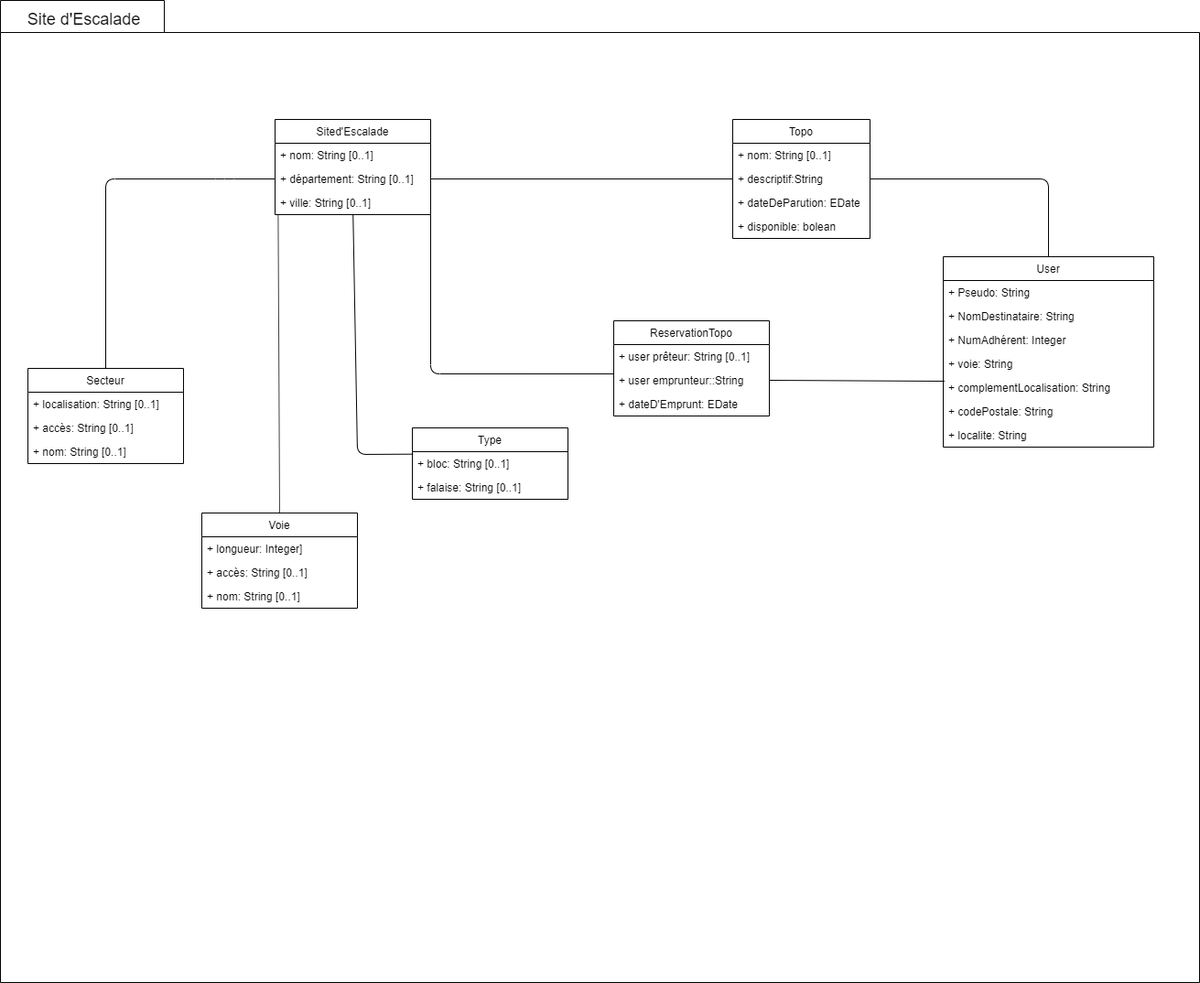
This is Diagramme de classe projet 6.png from touil2019/les-amis-de-l-escaladeP6, a draw.io export, as it was before one commit. Source tidied: cells renumbered, new cells last; positions are measured from the earlier drawing's top-left corner, leaving out a move shared by most shapes. Source of this version:
```xml
<mxGraphModel>
  <root>
    <mxCell id="0" />
    <mxCell id="1" parent="0" />
    <mxCell id="2" style="shape=folder;fontStyle=1;spacingTop=10;tabWidth=179;tabHeight=35;tabPosition=left;html=1;" parent="1" vertex="1">
      <mxGeometry width="1310" height="1073" as="geometry" />
    </mxCell>
    <mxCell id="3" value="Topo" style="swimlane;fontStyle=0;horizontal=1;startSize=26;fillColor=none;" parent="1" vertex="1">
      <mxGeometry x="800" y="130" width="150" height="130" as="geometry" />
    </mxCell>
    <mxCell id="4" value="+ nom: String [0..1]" style="text;strokeColor=none;fillColor=none;align=left;verticalAlign=top;spacingLeft=4;spacingRight=4;overflow=hidden;" parent="3" vertex="1">
      <mxGeometry y="26" width="150" height="26" as="geometry" />
    </mxCell>
    <mxCell id="5" value="+ descriptif:String" style="text;strokeColor=none;fillColor=none;align=left;verticalAlign=top;spacingLeft=4;spacingRight=4;overflow=hidden;points=[[0,0.5],[1,0.5]];portConstraint=eastwest;" parent="3" vertex="1">
      <mxGeometry y="52" width="150" height="26" as="geometry" />
    </mxCell>
    <mxCell id="6" value="+ dateDeParution: EDate" style="text;strokeColor=none;fillColor=none;align=left;verticalAlign=top;spacingLeft=4;spacingRight=4;overflow=hidden;" parent="3" vertex="1">
      <mxGeometry y="78" width="150" height="26" as="geometry" />
    </mxCell>
    <mxCell id="7" value="+ disponible: bolean" style="text;strokeColor=none;fillColor=none;align=left;verticalAlign=top;spacingLeft=4;spacingRight=4;overflow=hidden;" parent="3" vertex="1">
      <mxGeometry y="104" width="150" height="26" as="geometry" />
    </mxCell>
    <mxCell id="8" value="&lt;font style=&quot;font-size: 18px&quot;&gt;Site d'Escalade&lt;/font&gt;" style="text;html=1;strokeColor=none;fillColor=none;align=center;verticalAlign=middle;whiteSpace=wrap;rounded=0;" parent="1" vertex="1">
      <mxGeometry x="20" y="5" width="140" height="30" as="geometry" />
    </mxCell>
    <mxCell id="9" value="User" style="swimlane;fontStyle=0;horizontal=1;startSize=26;fillColor=none;" parent="1" vertex="1">
      <mxGeometry x="1030" y="280" width="230" height="208" as="geometry" />
    </mxCell>
    <mxCell id="10" value="+ Pseudo: String" style="text;strokeColor=none;fillColor=none;align=left;verticalAlign=top;spacingLeft=4;spacingRight=4;overflow=hidden;" parent="9" vertex="1">
      <mxGeometry y="26" width="230" height="26" as="geometry" />
    </mxCell>
    <mxCell id="11" value="+ NomDestinataire: String" style="text;strokeColor=none;fillColor=none;align=left;verticalAlign=top;spacingLeft=4;spacingRight=4;overflow=hidden;" parent="9" vertex="1">
      <mxGeometry y="52" width="230" height="26" as="geometry" />
    </mxCell>
    <mxCell id="12" value="+ NumAdhérent: Integer" style="text;strokeColor=none;fillColor=none;align=left;verticalAlign=top;spacingLeft=4;spacingRight=4;overflow=hidden;" parent="9" vertex="1">
      <mxGeometry y="78" width="230" height="26" as="geometry" />
    </mxCell>
    <mxCell id="13" value="+ voie: String" style="text;strokeColor=none;fillColor=none;align=left;verticalAlign=top;spacingLeft=4;spacingRight=4;overflow=hidden;points=[[0,0.5],[1,0.5]];portConstraint=eastwest;" parent="9" vertex="1">
      <mxGeometry y="104" width="230" height="26" as="geometry" />
    </mxCell>
    <mxCell id="14" value="+ complementLocalisation: String" style="text;strokeColor=none;fillColor=none;align=left;verticalAlign=top;spacingLeft=4;spacingRight=4;overflow=hidden;" parent="9" vertex="1">
      <mxGeometry y="130" width="230" height="26" as="geometry" />
    </mxCell>
    <mxCell id="15" value="+ codePostale: String" style="text;strokeColor=none;fillColor=none;align=left;verticalAlign=top;spacingLeft=4;spacingRight=4;overflow=hidden;" parent="9" vertex="1">
      <mxGeometry y="156" width="230" height="26" as="geometry" />
    </mxCell>
    <mxCell id="16" value="+ localite: String" style="text;strokeColor=none;fillColor=none;align=left;verticalAlign=top;spacingLeft=4;spacingRight=4;overflow=hidden;points=[[0,0.5],[1,0.5]];portConstraint=eastwest;" parent="9" vertex="1">
      <mxGeometry y="182" width="230" height="26" as="geometry" />
    </mxCell>
    <mxCell id="17" value="Sited'Escalade" style="swimlane;fontStyle=0;horizontal=1;startSize=26;fillColor=none;" parent="1" vertex="1">
      <mxGeometry x="300" y="130" width="170" height="104" as="geometry" />
    </mxCell>
    <mxCell id="18" value="+ nom: String [0..1]" style="text;strokeColor=none;fillColor=none;align=left;verticalAlign=top;spacingLeft=4;spacingRight=4;overflow=hidden;" parent="17" vertex="1">
      <mxGeometry y="26" width="170" height="26" as="geometry" />
    </mxCell>
    <mxCell id="19" value="+ département: String [0..1]" style="text;strokeColor=none;fillColor=none;align=left;verticalAlign=top;spacingLeft=4;spacingRight=4;overflow=hidden;points=[[0,0.5],[1,0.5]];portConstraint=eastwest;" parent="17" vertex="1">
      <mxGeometry y="52" width="170" height="26" as="geometry" />
    </mxCell>
    <mxCell id="20" value="+ ville: String [0..1]" style="text;strokeColor=none;fillColor=none;align=left;verticalAlign=top;spacingLeft=4;spacingRight=4;overflow=hidden;points=[[0,0.5],[1,0.5]];portConstraint=eastwest;" parent="17" vertex="1">
      <mxGeometry y="78" width="170" height="26" as="geometry" />
    </mxCell>
    <mxCell id="21" value="ReservationTopo" style="swimlane;fontStyle=0;horizontal=1;startSize=26;fillColor=none;" parent="1" vertex="1">
      <mxGeometry x="670" y="350" width="170" height="104" as="geometry" />
    </mxCell>
    <mxCell id="22" value="+ user prêteur: String [0..1]" style="text;strokeColor=none;fillColor=none;align=left;verticalAlign=top;spacingLeft=4;spacingRight=4;overflow=hidden;" parent="21" vertex="1">
      <mxGeometry y="26" width="170" height="26" as="geometry" />
    </mxCell>
    <mxCell id="23" value="+ user emprunteur::String" style="text;strokeColor=none;fillColor=none;align=left;verticalAlign=top;spacingLeft=4;spacingRight=4;overflow=hidden;points=[[0,0.5],[1,0.5]];portConstraint=eastwest;" parent="21" vertex="1">
      <mxGeometry y="52" width="170" height="26" as="geometry" />
    </mxCell>
    <mxCell id="24" value="+ dateD'Emprunt: EDate" style="text;strokeColor=none;fillColor=none;align=left;verticalAlign=top;spacingLeft=4;spacingRight=4;overflow=hidden;" parent="21" vertex="1">
      <mxGeometry y="78" width="170" height="26" as="geometry" />
    </mxCell>
    <mxCell id="25" value="Secteur" style="swimlane;fontStyle=0;horizontal=1;startSize=26;fillColor=none;" parent="1" vertex="1">
      <mxGeometry x="30" y="402" width="170" height="104" as="geometry" />
    </mxCell>
    <mxCell id="26" value="+ localisation: String [0..1]" style="text;strokeColor=none;fillColor=none;align=left;verticalAlign=top;spacingLeft=4;spacingRight=4;overflow=hidden;" parent="25" vertex="1">
      <mxGeometry y="26" width="170" height="26" as="geometry" />
    </mxCell>
    <mxCell id="27" value="+ accès: String [0..1]" style="text;strokeColor=none;fillColor=none;align=left;verticalAlign=top;spacingLeft=4;spacingRight=4;overflow=hidden;" parent="25" vertex="1">
      <mxGeometry y="52" width="170" height="26" as="geometry" />
    </mxCell>
    <mxCell id="28" value="+ nom: String [0..1]" style="text;strokeColor=none;fillColor=none;align=left;verticalAlign=top;spacingLeft=4;spacingRight=4;overflow=hidden;" parent="25" vertex="1">
      <mxGeometry y="78" width="170" height="26" as="geometry" />
    </mxCell>
    <mxCell id="29" value="Voie" style="swimlane;fontStyle=0;horizontal=1;startSize=26;fillColor=none;" parent="1" vertex="1">
      <mxGeometry x="220" y="560" width="170" height="104" as="geometry" />
    </mxCell>
    <mxCell id="30" value="+ longueur: Integer]" style="text;strokeColor=none;fillColor=none;align=left;verticalAlign=top;spacingLeft=4;spacingRight=4;overflow=hidden;" parent="29" vertex="1">
      <mxGeometry y="26" width="170" height="26" as="geometry" />
    </mxCell>
    <mxCell id="31" value="+ accès: String [0..1]" style="text;strokeColor=none;fillColor=none;align=left;verticalAlign=top;spacingLeft=4;spacingRight=4;overflow=hidden;" parent="29" vertex="1">
      <mxGeometry y="52" width="170" height="26" as="geometry" />
    </mxCell>
    <mxCell id="32" value="+ nom: String [0..1]" style="text;strokeColor=none;fillColor=none;align=left;verticalAlign=top;spacingLeft=4;spacingRight=4;overflow=hidden;" parent="29" vertex="1">
      <mxGeometry y="78" width="170" height="26" as="geometry" />
    </mxCell>
    <mxCell id="33" value="Type" style="swimlane;fontStyle=0;horizontal=1;startSize=26;fillColor=none;" parent="1" vertex="1">
      <mxGeometry x="450" y="467" width="170" height="78" as="geometry" />
    </mxCell>
    <mxCell id="34" value="+ bloc: String [0..1]" style="text;strokeColor=none;fillColor=none;align=left;verticalAlign=top;spacingLeft=4;spacingRight=4;overflow=hidden;points=[[0,0.5],[1,0.5]];portConstraint=eastwest;" parent="33" vertex="1">
      <mxGeometry y="26" width="170" height="26" as="geometry" />
    </mxCell>
    <mxCell id="35" value="+ falaise: String [0..1]" style="text;strokeColor=none;fillColor=none;align=left;verticalAlign=top;spacingLeft=4;spacingRight=4;overflow=hidden;" parent="33" vertex="1">
      <mxGeometry y="52" width="170" height="26" as="geometry" />
    </mxCell>
    <mxCell id="36" style="endArrow=none;html=1;entryX=0.004;entryY=0.103;entryDx=0;entryDy=0;entryPerimeter=0;" parent="1" edge="1" source="20" target="34">
      <mxGeometry relative="1" as="geometry">
        <Array as="points">
          <mxPoint x="390" y="496" />
        </Array>
      </mxGeometry>
    </mxCell>
    <mxCell id="37" style="endArrow=none;html=1;entryX=0.5;entryY=0;entryDx=0;entryDy=0;exitX=0.02;exitY=1.026;exitDx=0;exitDy=0;exitPerimeter=0;" parent="1" edge="1" source="20" target="29">
      <mxGeometry relative="1" as="geometry" />
    </mxCell>
    <mxCell id="38" style="endArrow=none;html=1;entryX=0.5;entryY=0;entryDx=0;entryDy=0;exitX=0;exitY=0.5;exitDx=0;exitDy=0;" parent="1" edge="1" source="19" target="25">
      <mxGeometry relative="1" as="geometry">
        <Array as="points">
          <mxPoint x="245" y="195" />
          <mxPoint x="115" y="195" />
        </Array>
      </mxGeometry>
    </mxCell>
    <mxCell id="39" style="endArrow=none;html=1;entryX=0;entryY=0.5;entryDx=0;entryDy=0;exitX=1;exitY=0.5;exitDx=0;exitDy=0;" parent="1" edge="1" source="19" target="5">
      <mxGeometry relative="1" as="geometry" />
    </mxCell>
    <mxCell id="40" style="endArrow=none;html=1;entryX=0.5;entryY=0;entryDx=0;entryDy=0;exitX=1;exitY=0.5;exitDx=0;exitDy=0;" parent="1" edge="1" source="5" target="9">
      <mxGeometry relative="1" as="geometry">
        <Array as="points">
          <mxPoint x="1145" y="195" />
        </Array>
      </mxGeometry>
    </mxCell>
    <mxCell id="41" style="endArrow=none;html=1;exitX=1;exitY=0.5;exitDx=0;exitDy=0;entryX=0;entryY=0.231;entryDx=0;entryDy=0;entryPerimeter=0;" parent="1" edge="1" source="19" target="23">
      <mxGeometry relative="1" as="geometry">
        <Array as="points">
          <mxPoint x="470" y="408" />
        </Array>
      </mxGeometry>
    </mxCell>
    <mxCell id="42" style="endArrow=none;html=1;exitX=1;exitY=0.5;exitDx=0;exitDy=0;entryX=0.006;entryY=1.231;entryDx=0;entryDy=0;entryPerimeter=0;" parent="1" edge="1" source="23" target="13">
      <mxGeometry relative="1" as="geometry" />
    </mxCell>
  </root>
</mxGraphModel>
```
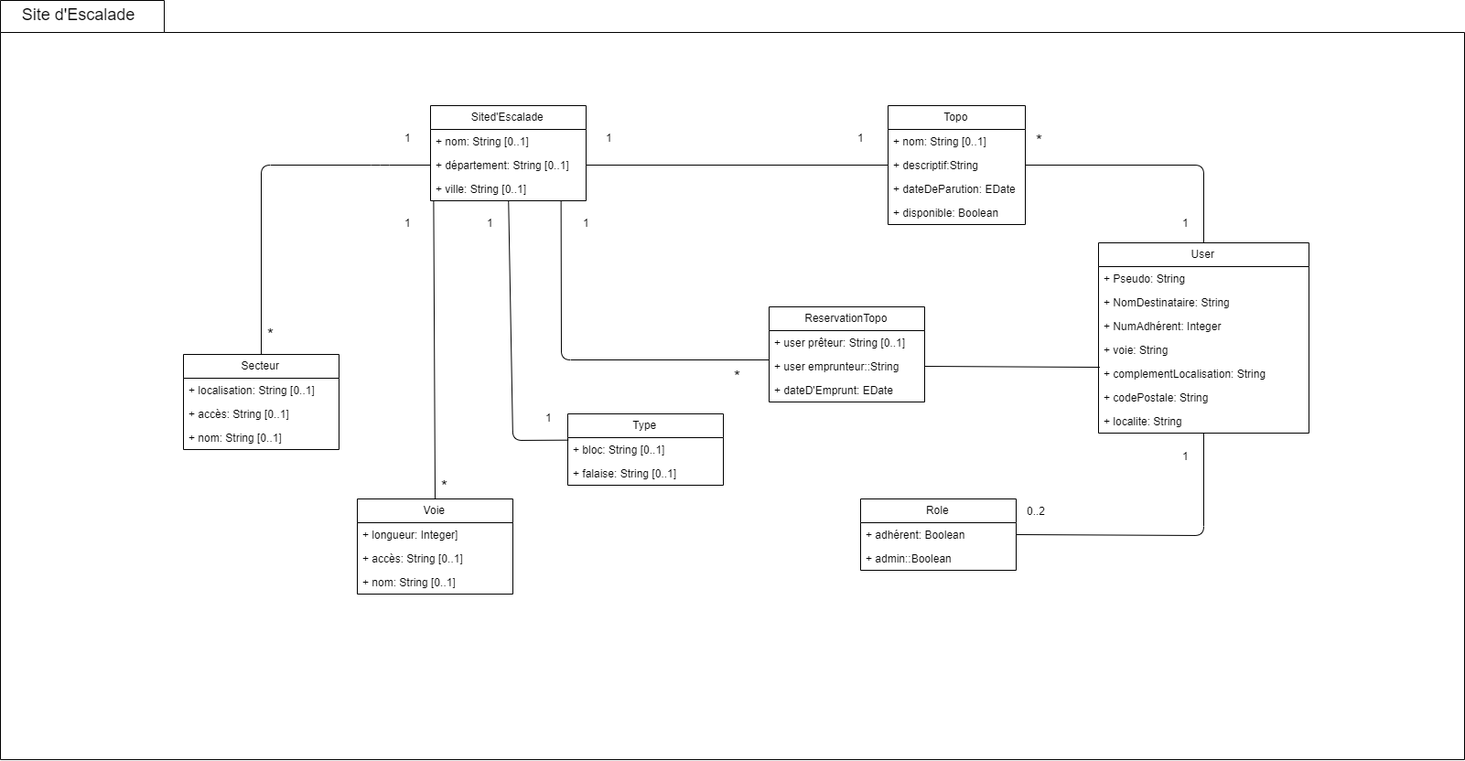
After the change.

Change to the diagram source:
```diff
@@ -3,7 +3,7 @@
     <mxCell id="0" />
     <mxCell id="1" parent="0" />
     <mxCell id="2" style="shape=folder;fontStyle=1;spacingTop=10;tabWidth=179;tabHeight=35;tabPosition=left;html=1;" parent="1" vertex="1">
-      <mxGeometry width="1310" height="1073" as="geometry" />
+      <mxGeometry x="-170" y="15" width="1600" height="830" as="geometry" />
     </mxCell>
     <mxCell id="3" value="Topo" style="swimlane;fontStyle=0;horizontal=1;startSize=26;fillColor=none;" parent="1" vertex="1">
       <mxGeometry x="800" y="130" width="150" height="130" as="geometry" />
@@ -17,11 +17,11 @@
     <mxCell id="6" value="+ dateDeParution: EDate" style="text;strokeColor=none;fillColor=none;align=left;verticalAlign=top;spacingLeft=4;spacingRight=4;overflow=hidden;" parent="3" vertex="1">
       <mxGeometry y="78" width="150" height="26" as="geometry" />
     </mxCell>
-    <mxCell id="7" value="+ disponible: bolean" style="text;strokeColor=none;fillColor=none;align=left;verticalAlign=top;spacingLeft=4;spacingRight=4;overflow=hidden;" parent="3" vertex="1">
+    <mxCell id="7" value="+ disponible: Boolean" style="text;strokeColor=none;fillColor=none;align=left;verticalAlign=top;spacingLeft=4;spacingRight=4;overflow=hidden;" parent="3" vertex="1">
       <mxGeometry y="104" width="150" height="26" as="geometry" />
     </mxCell>
     <mxCell id="8" value="&lt;font style=&quot;font-size: 18px&quot;&gt;Site d'Escalade&lt;/font&gt;" style="text;html=1;strokeColor=none;fillColor=none;align=center;verticalAlign=middle;whiteSpace=wrap;rounded=0;" parent="1" vertex="1">
-      <mxGeometry x="20" y="5" width="140" height="30" as="geometry" />
+      <mxGeometry x="-155.5" y="15" width="140" height="30" as="geometry" />
     </mxCell>
     <mxCell id="9" value="User" style="swimlane;fontStyle=0;horizontal=1;startSize=26;fillColor=none;" parent="1" vertex="1">
       <mxGeometry x="1030" y="280" width="230" height="208" as="geometry" />
@@ -132,15 +132,73 @@
         </Array>
       </mxGeometry>
     </mxCell>
-    <mxCell id="41" style="endArrow=none;html=1;exitX=1;exitY=0.5;exitDx=0;exitDy=0;entryX=0;entryY=0.231;entryDx=0;entryDy=0;entryPerimeter=0;" parent="1" edge="1" source="19" target="23">
+    <mxCell id="41" style="endArrow=none;html=1;exitX=0.839;exitY=0.983;exitDx=0;exitDy=0;entryX=0;entryY=0.231;entryDx=0;entryDy=0;entryPerimeter=0;exitPerimeter=0;" parent="1" edge="1" source="20" target="23">
       <mxGeometry relative="1" as="geometry">
         <Array as="points">
-          <mxPoint x="470" y="408" />
+          <mxPoint x="443" y="408" />
         </Array>
       </mxGeometry>
     </mxCell>
     <mxCell id="42" style="endArrow=none;html=1;exitX=1;exitY=0.5;exitDx=0;exitDy=0;entryX=0.006;entryY=1.231;entryDx=0;entryDy=0;entryPerimeter=0;" parent="1" edge="1" source="23" target="13">
       <mxGeometry relative="1" as="geometry" />
     </mxCell>
+    <mxCell id="43" value="1" style="text;html=1;align=center;" parent="1" vertex="1">
+      <mxGeometry x="480" y="152" width="30" height="30" as="geometry" />
+    </mxCell>
+    <mxCell id="44" value="1" style="text;html=1;align=center;" parent="1" vertex="1">
+      <mxGeometry x="260" y="152" width="30" height="30" as="geometry" />
+    </mxCell>
+    <mxCell id="45" value="&lt;font style=&quot;font-size: 18px&quot;&gt;*&lt;/font&gt;" style="text;html=1;" parent="1" vertex="1">
+      <mxGeometry x="120" y="364" width="40" height="30" as="geometry" />
+    </mxCell>
+    <mxCell id="46" value="1" style="text;html=1;align=center;" parent="1" vertex="1">
+      <mxGeometry x="755" y="152" width="30" height="30" as="geometry" />
+    </mxCell>
+    <mxCell id="47" value="&lt;font style=&quot;font-size: 18px&quot;&gt;*&lt;/font&gt;" style="text;html=1;" parent="1" vertex="1">
+      <mxGeometry x="960" y="152" width="40" height="30" as="geometry" />
+    </mxCell>
+    <mxCell id="48" value="1" style="text;html=1;align=center;" parent="1" vertex="1">
+      <mxGeometry x="1110" y="245" width="30" height="30" as="geometry" />
+    </mxCell>
+    <mxCell id="49" value="Role" style="swimlane;fontStyle=0;horizontal=1;startSize=26;fillColor=none;" parent="1" vertex="1">
+      <mxGeometry x="770" y="560" width="170" height="78" as="geometry" />
+    </mxCell>
+    <mxCell id="50" value="+ adhérent: Boolean" style="text;strokeColor=none;fillColor=none;align=left;verticalAlign=top;spacingLeft=4;spacingRight=4;overflow=hidden;points=[[0,0.5],[1,0.5]];portConstraint=eastwest;" parent="49" vertex="1">
+      <mxGeometry y="26" width="170" height="26" as="geometry" />
+    </mxCell>
+    <mxCell id="51" value="+ admin::Boolean" style="text;strokeColor=none;fillColor=none;align=left;verticalAlign=top;spacingLeft=4;spacingRight=4;overflow=hidden;" parent="49" vertex="1">
+      <mxGeometry y="52" width="170" height="26" as="geometry" />
+    </mxCell>
+    <mxCell id="52" style="endArrow=none;html=1;exitX=1;exitY=0.5;exitDx=0;exitDy=0;" parent="1" edge="1" source="50" target="16">
+      <mxGeometry relative="1" as="geometry">
+        <Array as="points">
+          <mxPoint x="1145" y="600" />
+        </Array>
+      </mxGeometry>
+    </mxCell>
+    <mxCell id="53" value="1" style="text;html=1;align=center;" parent="1" vertex="1">
+      <mxGeometry x="260" y="245" width="30" height="30" as="geometry" />
+    </mxCell>
+    <mxCell id="54" value="1" style="text;html=1;align=center;" parent="1" vertex="1">
+      <mxGeometry x="350" y="245" width="30" height="30" as="geometry" />
+    </mxCell>
+    <mxCell id="55" value="1" style="text;html=1;align=center;" parent="1" vertex="1">
+      <mxGeometry x="455" y="245" width="30" height="30" as="geometry" />
+    </mxCell>
+    <mxCell id="56" value="&lt;font style=&quot;font-size: 18px&quot;&gt;*&lt;/font&gt;" style="text;html=1;" parent="1" vertex="1">
+      <mxGeometry x="310" y="530" width="40" height="30" as="geometry" />
+    </mxCell>
+    <mxCell id="57" value="&lt;font style=&quot;font-size: 18px&quot;&gt;*&lt;/font&gt;" style="text;html=1;" parent="1" vertex="1">
+      <mxGeometry x="630" y="410" width="40" height="30" as="geometry" />
+    </mxCell>
+    <mxCell id="58" value="1" style="text;html=1;align=center;" parent="1" vertex="1">
+      <mxGeometry x="414.5" y="458" width="30" height="30" as="geometry" />
+    </mxCell>
+    <mxCell id="59" value="1" style="text;html=1;align=center;" parent="1" vertex="1">
+      <mxGeometry x="1110" y="500" width="30" height="30" as="geometry" />
+    </mxCell>
+    <mxCell id="60" value="0..2" style="text;html=1;" parent="1" vertex="1">
+      <mxGeometry x="950" y="560" width="40" height="30" as="geometry" />
+    </mxCell>
   </root>
 </mxGraphModel>
```
